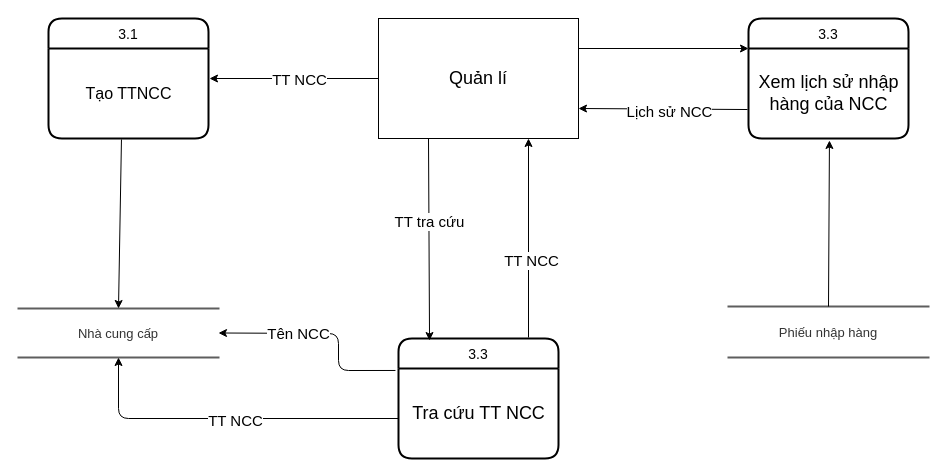
The draw.io diagram DFD/DFD-QLNCC.drawio in AlexTien202/congnghephanmem, before the edit. Source tidied: cells renumbered, new cells numbered last; positions are measured from the earlier drawing's top-left corner, leaving out a move shared by most shapes. Both pictures are drawn from the tidied source at 100%, with x=0, y=0 at pixel (18, 18).
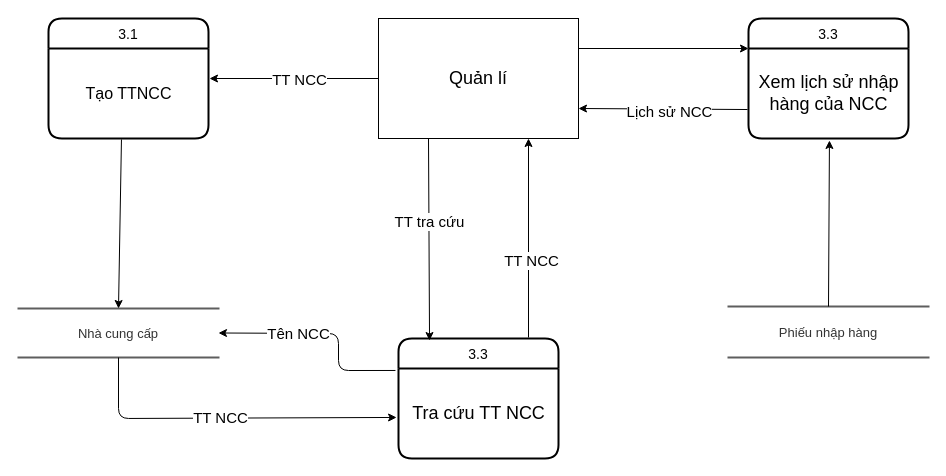
The same diagram, later.

Unchanged cells that the change refers to:
```xml
<mxCell id="5" value="&lt;font style=&quot;font-size: 18px&quot;&gt;Tra cứu TT NCC&lt;/font&gt;" style="text;html=1;align=center;verticalAlign=middle;points=[];" parent="4" vertex="1">
  <mxGeometry y="30" width="160" height="90" as="geometry" />
</mxCell>
<mxCell id="6" value="Nhà cung cấp" style="html=1;whiteSpace=wrap;shape=partialRectangle;right=0;left=0;whiteSpace=wrap;fontSize=13;fontColor=#333333;spacing=0;strokeColor=#5e5e5e;strokeOpacity=100;rounded=1;absoluteArcSize=1;arcSize=7.199999999999999;strokeWidth=2;" parent="1" vertex="1">
  <mxGeometry y="290" width="200" height="49" as="geometry" />
</mxCell>
```

Diff of the diagram source:
```diff
@@
-    <mxCell id="23" style="endArrow=classic;html=1;entryX=0.5;entryY=1;entryDx=0;entryDy=0;" parent="1" edge="1" target="6">
+    <mxCell id="23" style="endArrow=classic;html=1;entryX=-0.012;entryY=0.544;entryDx=0;entryDy=0;entryPerimeter=0;exitX=0.5;exitY=1;exitDx=0;exitDy=0;" parent="1" edge="1" source="6" target="5">
       <mxGeometry relative="1" as="geometry">
-        <mxPoint x="380" y="400" as="sourcePoint" />
         <Array as="points">
           <mxPoint x="100" y="400" />
         </Array>
       </mxGeometry>
     </mxCell>
```
